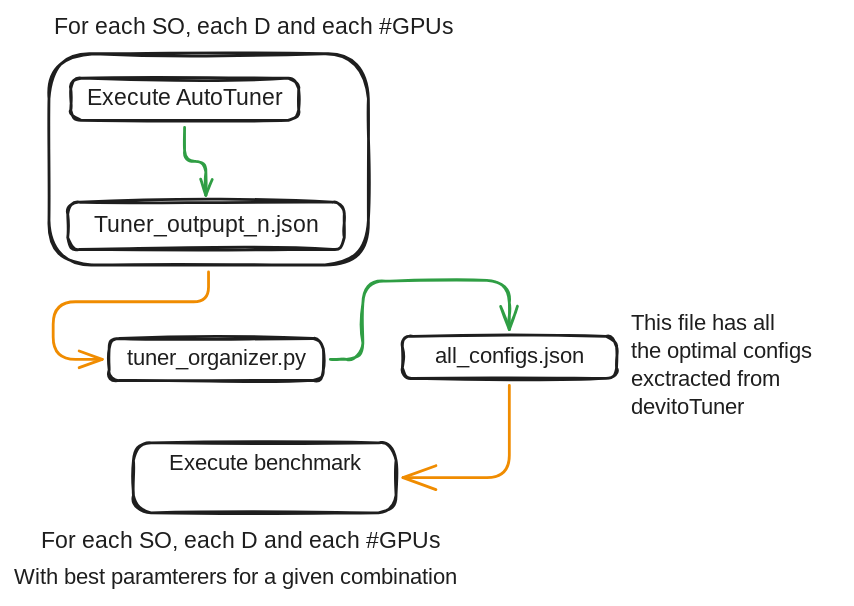
The Excalidraw diagram routine.excalidraw.svg in Farinha96br/bench_multigpu, before a commit. Source tidied: one line per element, renumbered; positions are measured from the earlier drawing's top-left corner, leaving out a move shared by most shapes. Source of this version:
```json
{"id": 0, "type": "rectangle", "strokeColor": "#1e1e1e", "strokeWidth": 2, "roughness": 1, "round": true, "x": 40, "y": 46, "width": 163, "height": 30}
{"id": 1, "type": "text", "text": "Execute AutoTuner", "strokeColor": "#1e1e1e", "strokeWidth": 2, "roughness": 1, "fontSize": 16.08, "fontFamily": 5, "textAlign": "center", "verticalAlign": "middle", "inside": 0, "x": 46, "y": 51, "width": 152, "height": 20}
{"id": 2, "type": "rectangle", "strokeColor": "#1e1e1e", "strokeWidth": 2, "roughness": 1, "round": true, "x": 38, "y": 134, "width": 198, "height": 34}
{"id": 3, "type": "text", "text": "Tuner_outpupt_n.json", "strokeColor": "#1e1e1e", "strokeWidth": 2, "roughness": 1, "fontSize": 16.08, "fontFamily": 5, "textAlign": "center", "verticalAlign": "middle", "inside": 2, "x": 50, "y": 141, "width": 174, "height": 20}
{"id": 4, "type": "arrow", "strokeColor": "#2f9e44", "strokeWidth": 2, "roughness": 1, "endArrowhead": "arrow", "from": 0, "to": 2, "x": 122, "y": 81, "width": 15, "height": 48, "points": [[0, 0], [0, 24], [15, 24], [15, 48]]}
{"id": 5, "type": "rectangle", "strokeColor": "#1e1e1e", "strokeWidth": 2, "roughness": 1, "round": true, "x": 85, "y": 306, "width": 188, "height": 50}
{"id": 6, "type": "text", "text": "Execute benchmark\n", "strokeColor": "#1e1e1e", "strokeWidth": 2, "roughness": 1, "fontSize": 16, "fontFamily": 5, "textAlign": "center", "verticalAlign": "middle", "inside": 5, "x": 105, "y": 311, "width": 148, "height": 40}
{"id": 7, "type": "rectangle", "strokeColor": "#1e1e1e", "strokeWidth": 2, "roughness": 1, "round": true, "x": 25, "y": 28, "width": 228, "height": 151}
{"id": 8, "type": "text", "text": "For each SO, each D and each #GPUs", "strokeColor": "#1e1e1e", "strokeWidth": 2, "roughness": 1, "fontSize": 16.08, "fontFamily": 5, "x": 28, "y": 0, "width": 299, "height": 20}
{"id": 9, "type": "rectangle", "strokeColor": "#1e1e1e", "strokeWidth": 2, "roughness": 1, "round": true, "x": 68, "y": 232, "width": 153, "height": 30}
{"id": 10, "type": "text", "text": "tuner_organizer.py", "strokeColor": "#1e1e1e", "strokeWidth": 2, "roughness": 1, "fontSize": 16, "fontFamily": 5, "textAlign": "center", "verticalAlign": "middle", "inside": 9, "x": 73, "y": 237, "width": 143, "height": 20}
{"id": 11, "type": "rectangle", "strokeColor": "#1e1e1e", "strokeWidth": 2, "roughness": 1, "round": true, "x": 277, "y": 230, "width": 153, "height": 30}
{"id": 12, "type": "text", "text": "all_configs.json", "strokeColor": "#1e1e1e", "strokeWidth": 2, "roughness": 1, "fontSize": 16, "fontFamily": 5, "textAlign": "center", "verticalAlign": "middle", "inside": 11, "x": 294, "y": 235, "width": 119, "height": 20}
{"id": 13, "type": "arrow", "strokeColor": "#2f9e44", "strokeWidth": 2, "roughness": 1, "endArrowhead": "arrow", "from": 9, "to": 11, "x": 226, "y": 247, "width": 128, "height": 56, "points": [[0, 0], [23, 0], [23, -56], [128, -56], [128, -21]]}
{"id": 14, "type": "arrow", "strokeColor": "#f08c00", "strokeWidth": 2, "roughness": 0, "endArrowhead": "arrow", "from": 7, "to": 9, "x": 139, "y": 184, "width": 111, "height": 62, "points": [[0, 0], [0, 21], [-111, 21], [-111, 62], [-76, 62]]}
{"id": 15, "type": "text", "text": "This file has all\nthe optimal configs\nexctracted from\ndevitoTuner", "strokeColor": "#1e1e1e", "strokeWidth": 2, "roughness": 0, "fontSize": 16, "fontFamily": 5, "x": 441, "y": 212, "width": 149, "height": 80}
{"id": 16, "type": "text", "text": "For each SO, each D and each #GPUs", "strokeColor": "#1e1e1e", "strokeWidth": 2, "roughness": 1, "fontSize": 16.08, "fontFamily": 5, "x": 19, "y": 368, "width": 299, "height": 20}
{"id": 17, "type": "text", "text": "With best paramterers for a given combination", "strokeColor": "#1e1e1e", "strokeWidth": 2, "roughness": 0, "fontSize": 16, "fontFamily": 5, "x": 0, "y": 393, "width": 360, "height": 20}
{"id": 18, "type": "arrow", "strokeColor": "#f08c00", "strokeWidth": 2, "roughness": 0, "endArrowhead": "arrow", "from": 11, "to": 5, "x": 354, "y": 265, "width": 76, "height": 66, "points": [[0, 0], [0, 66], [-76, 66]]}
```
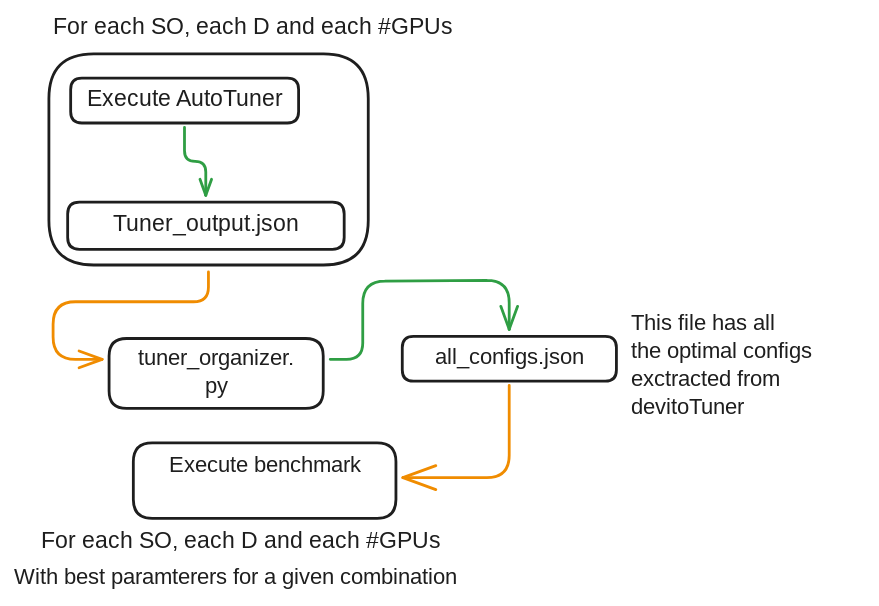
The same diagram one commit later.

What changed in the source:
```diff
@@ -1,19 +1,19 @@
-{"id": 0, "type": "rectangle", "strokeColor": "#1e1e1e", "strokeWidth": 2, "roughness": 1, "round": true, "x": 40, "y": 46, "width": 163, "height": 30}
+{"id": 0, "type": "rectangle", "strokeColor": "#1e1e1e", "strokeWidth": 2, "roughness": 0, "round": true, "x": 41, "y": 46, "width": 163, "height": 32}
-{"id": 1, "type": "text", "text": "Execute AutoTuner", "strokeColor": "#1e1e1e", "strokeWidth": 2, "roughness": 1, "fontSize": 16.08, "fontFamily": 5, "textAlign": "center", "verticalAlign": "middle", "inside": 0, "x": 46, "y": 51, "width": 152, "height": 20}
+{"id": 1, "type": "text", "text": "Execute AutoTuner", "strokeColor": "#1e1e1e", "strokeWidth": 2, "roughness": 1, "fontSize": 16.08, "fontFamily": 8, "textAlign": "center", "verticalAlign": "middle", "inside": 0, "x": 47, "y": 52, "width": 150, "height": 20}
-{"id": 2, "type": "rectangle", "strokeColor": "#1e1e1e", "strokeWidth": 2, "roughness": 1, "round": true, "x": 38, "y": 134, "width": 198, "height": 34}
+{"id": 2, "type": "rectangle", "strokeColor": "#1e1e1e", "strokeWidth": 2, "roughness": 0, "round": true, "x": 38, "y": 134, "width": 198, "height": 34}
-{"id": 3, "type": "text", "text": "Tuner_outpupt_n.json", "strokeColor": "#1e1e1e", "strokeWidth": 2, "roughness": 1, "fontSize": 16.08, "fontFamily": 5, "textAlign": "center", "verticalAlign": "middle", "inside": 2, "x": 50, "y": 141, "width": 174, "height": 20}
+{"id": 3, "type": "text", "text": "Tuner_output.json", "strokeColor": "#1e1e1e", "strokeWidth": 2, "roughness": 1, "fontSize": 16.08, "fontFamily": 8, "textAlign": "center", "verticalAlign": "middle", "inside": 2, "x": 62, "y": 141, "width": 150, "height": 20}
-{"id": 4, "type": "arrow", "strokeColor": "#2f9e44", "strokeWidth": 2, "roughness": 1, "endArrowhead": "arrow", "from": 0, "to": 2, "x": 122, "y": 81, "width": 15, "height": 48, "points": [[0, 0], [0, 24], [15, 24], [15, 48]]}
+{"id": 4, "type": "arrow", "strokeColor": "#2f9e44", "strokeWidth": 2, "roughness": 0, "endArrowhead": "arrow", "from": 0, "to": 2, "x": 122, "y": 81, "width": 15, "height": 48, "points": [[0, 0], [0, 24], [15, 24], [15, 48]]}
-{"id": 5, "type": "rectangle", "strokeColor": "#1e1e1e", "strokeWidth": 2, "roughness": 1, "round": true, "x": 85, "y": 306, "width": 188, "height": 50}
+{"id": 5, "type": "rectangle", "strokeColor": "#1e1e1e", "strokeWidth": 2, "roughness": 0, "round": true, "x": 85, "y": 306, "width": 188, "height": 54}
-{"id": 6, "type": "text", "text": "Execute benchmark\n", "strokeColor": "#1e1e1e", "strokeWidth": 2, "roughness": 1, "fontSize": 16, "fontFamily": 5, "textAlign": "center", "verticalAlign": "middle", "inside": 5, "x": 105, "y": 311, "width": 148, "height": 40}
+{"id": 6, "type": "text", "text": "Execute benchmark\n", "strokeColor": "#1e1e1e", "strokeWidth": 2, "roughness": 1, "fontSize": 16, "fontFamily": 8, "textAlign": "center", "verticalAlign": "middle", "inside": 5, "x": 104, "y": 313, "width": 150, "height": 40}
-{"id": 7, "type": "rectangle", "strokeColor": "#1e1e1e", "strokeWidth": 2, "roughness": 1, "round": true, "x": 25, "y": 28, "width": 228, "height": 151}
+{"id": 7, "type": "rectangle", "strokeColor": "#1e1e1e", "strokeWidth": 2, "roughness": 0, "round": true, "x": 25, "y": 28, "width": 228, "height": 151}
-{"id": 8, "type": "text", "text": "For each SO, each D and each #GPUs", "strokeColor": "#1e1e1e", "strokeWidth": 2, "roughness": 1, "fontSize": 16.08, "fontFamily": 5, "x": 28, "y": 0, "width": 299, "height": 20}
+{"id": 8, "type": "text", "text": "For each SO, each D and each #GPUs", "strokeColor": "#1e1e1e", "strokeWidth": 2, "roughness": 0, "fontSize": 16.08, "fontFamily": 8, "x": 28, "y": 0, "width": 301, "height": 20}
-{"id": 9, "type": "rectangle", "strokeColor": "#1e1e1e", "strokeWidth": 2, "roughness": 1, "round": true, "x": 68, "y": 232, "width": 153, "height": 30}
+{"id": 9, "type": "rectangle", "strokeColor": "#1e1e1e", "strokeWidth": 2, "roughness": 0, "round": true, "x": 68, "y": 232, "width": 153, "height": 50}
-{"id": 10, "type": "text", "text": "tuner_organizer.py", "strokeColor": "#1e1e1e", "strokeWidth": 2, "roughness": 1, "fontSize": 16, "fontFamily": 5, "textAlign": "center", "verticalAlign": "middle", "inside": 9, "x": 73, "y": 237, "width": 143, "height": 20}
+{"id": 10, "type": "text", "text": "tuner_organizer.\npy", "strokeColor": "#1e1e1e", "strokeWidth": 2, "roughness": 1, "fontSize": 16, "fontFamily": 8, "textAlign": "center", "verticalAlign": "middle", "inside": 9, "x": 74, "y": 237, "width": 141, "height": 40}
-{"id": 11, "type": "rectangle", "strokeColor": "#1e1e1e", "strokeWidth": 2, "roughness": 1, "round": true, "x": 277, "y": 230, "width": 153, "height": 30}
+{"id": 11, "type": "rectangle", "strokeColor": "#1e1e1e", "strokeWidth": 2, "roughness": 0, "round": true, "x": 277, "y": 230, "width": 153, "height": 32}
-{"id": 12, "type": "text", "text": "all_configs.json", "strokeColor": "#1e1e1e", "strokeWidth": 2, "roughness": 1, "fontSize": 16, "fontFamily": 5, "textAlign": "center", "verticalAlign": "middle", "inside": 11, "x": 294, "y": 235, "width": 119, "height": 20}
+{"id": 12, "type": "text", "text": "all_configs.json", "strokeColor": "#1e1e1e", "strokeWidth": 2, "roughness": 1, "fontSize": 16, "fontFamily": 8, "textAlign": "center", "verticalAlign": "middle", "inside": 11, "x": 284, "y": 236, "width": 141, "height": 20}
-{"id": 13, "type": "arrow", "strokeColor": "#2f9e44", "strokeWidth": 2, "roughness": 1, "endArrowhead": "arrow", "from": 9, "to": 11, "x": 226, "y": 247, "width": 128, "height": 56, "points": [[0, 0], [23, 0], [23, -56], [128, -56], [128, -21]]}
+{"id": 13, "type": "arrow", "strokeColor": "#2f9e44", "strokeWidth": 2, "roughness": 0, "endArrowhead": "arrow", "from": 9, "to": 11, "x": 226, "y": 247, "width": 128, "height": 56, "points": [[0, 0], [23, 0], [23, -56], [128, -56], [128, -21]]}
 {"id": 14, "type": "arrow", "strokeColor": "#f08c00", "strokeWidth": 2, "roughness": 0, "endArrowhead": "arrow", "from": 7, "to": 9, "x": 139, "y": 184, "width": 111, "height": 62, "points": [[0, 0], [0, 21], [-111, 21], [-111, 62], [-76, 62]]}
-{"id": 15, "type": "text", "text": "This file has all\nthe optimal configs\nexctracted from\ndevitoTuner", "strokeColor": "#1e1e1e", "strokeWidth": 2, "roughness": 0, "fontSize": 16, "fontFamily": 5, "x": 441, "y": 212, "width": 149, "height": 80}
+{"id": 15, "type": "text", "text": "This file has all\nthe optimal configs\nexctracted from\ndevitoTuner", "strokeColor": "#1e1e1e", "strokeWidth": 2, "roughness": 0, "fontSize": 16, "fontFamily": 8, "x": 441, "y": 212, "width": 167, "height": 80}
-{"id": 16, "type": "text", "text": "For each SO, each D and each #GPUs", "strokeColor": "#1e1e1e", "strokeWidth": 2, "roughness": 1, "fontSize": 16.08, "fontFamily": 5, "x": 19, "y": 368, "width": 299, "height": 20}
+{"id": 16, "type": "text", "text": "For each SO, each D and each #GPUs", "strokeColor": "#1e1e1e", "strokeWidth": 2, "roughness": 0, "fontSize": 16.08, "fontFamily": 8, "x": 19, "y": 368, "width": 301, "height": 20}
-{"id": 17, "type": "text", "text": "With best paramterers for a given combination", "strokeColor": "#1e1e1e", "strokeWidth": 2, "roughness": 0, "fontSize": 16, "fontFamily": 5, "x": 0, "y": 393, "width": 360, "height": 20}
+{"id": 17, "type": "text", "text": "With best paramterers for a given combination", "strokeColor": "#1e1e1e", "strokeWidth": 2, "roughness": 0, "fontSize": 16, "fontFamily": 8, "x": 0, "y": 393, "width": 396, "height": 20}
 {"id": 18, "type": "arrow", "strokeColor": "#f08c00", "strokeWidth": 2, "roughness": 0, "endArrowhead": "arrow", "from": 11, "to": 5, "x": 354, "y": 265, "width": 76, "height": 66, "points": [[0, 0], [0, 66], [-76, 66]]}
```
